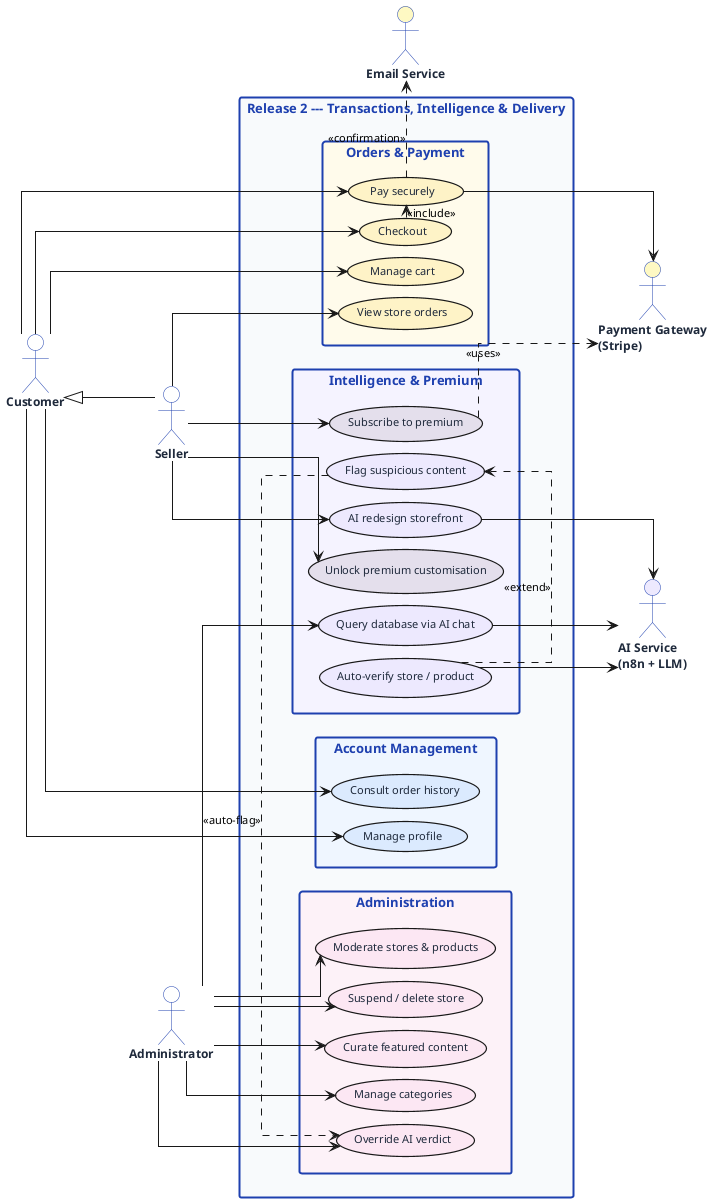
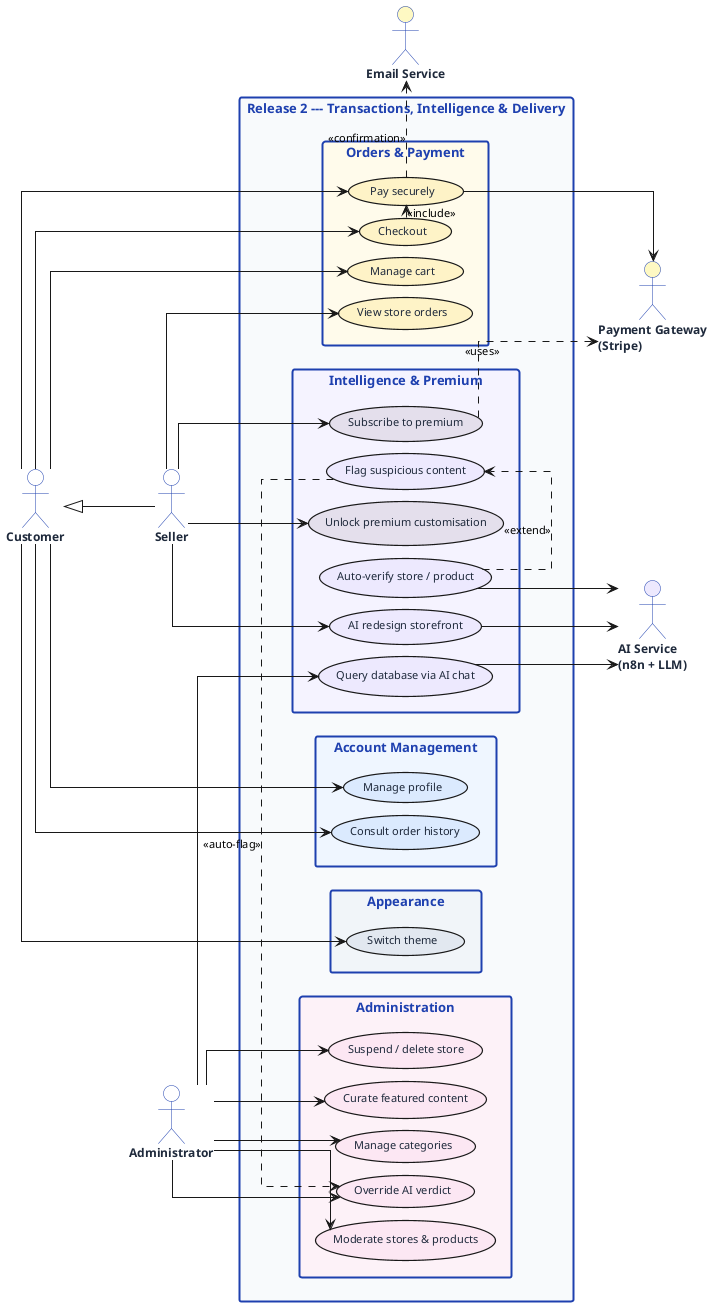
@startuml uc-release2

skinparam defaultFontName Helvetica
skinparam defaultFontSize 11
skinparam backgroundColor #FFFFFF
skinparam shadowing false
skinparam packageStyle rectangle
skinparam linetype ortho
skinparam nodesep 12
skinparam ranksep 65

skinparam actor {
  BackgroundColor #FFFFFF
  BorderColor #1E40AF
  FontColor #1E293B
  FontStyle bold
  FontSize 12
}
skinparam usecase {
  BorderThickness 1.2
  FontColor #1E293B
  FontSize 11
}
skinparam rectangle {
  BackgroundColor #F8FAFC
  BorderColor #1E40AF
  BorderThickness 2
  FontColor #1E40AF
  FontStyle bold
  FontSize 13
}

left to right direction

' ── Primary actors (LEFT) ───────────────────────────────────
actor Customer      as Customer
actor Seller        as Seller
actor Administrator as Admin

Customer <|-- Seller

rectangle "Release 2 --- Transactions, Intelligence & Delivery" {

  rectangle "Orders & Payment" #FFFBEB {
    (Manage cart)            as O1 #FEF3C7
    (Checkout)               as O2 #FEF3C7
    (Pay securely)           as O3 #FEF3C7
    (View store orders)      as O5 #FEF3C7
  }

  rectangle "Account Management" #EFF6FF {
    (Manage profile)         as AC1 #DBEAFE
    (Consult order history)  as O4 #DBEAFE
  }

  rectangle "Administration" #FDF2F8 {
    (Moderate stores & products) as D1 #FCE7F3
    (Suspend / delete store)     as D2 #FCE7F3
    (Override AI verdict)        as D3 #FCE7F3
    (Curate featured content)    as D4 #FCE7F3
    (Manage categories)          as D5 #FCE7F3
  }

  rectangle "Intelligence & Premium" #F5F3FF {
    (Auto-verify store / product) as V1 #EDE9FE
    (Flag suspicious content)     as V2 #EDE9FE
    (Query database via AI chat)  as V3 #EDE9FE
    (AI redesign storefront)      as V4 #EDE9FE
    (Subscribe to premium)        as P1 #E4DFEC
    (Unlock premium customisation) as P2 #E4DFEC
  }
+ 
+   rectangle "Appearance" #F1F5F9 {
+     (Switch theme)           as T1 #E2E8F0
+   }
}

' ── Secondary actors (RIGHT) ────────────────────────────────
actor "Payment Gateway\n(Stripe)" as PAY  #FEF9C3
actor "AI Service\n(n8n + LLM)"   as AI   #EDE9FE
actor "Email Service"             as MAIL #FEF9C3

' ── Associations ────────────────────────────────────────────
Customer --> O1
Customer --> O2
Customer --> O3
Customer --> O4
Customer --> AC1
+ Customer --> T1
Seller   --> O5
Seller   --> V4
Seller   --> P1
Seller   --> P2
Admin    --> D1
Admin    --> D2
Admin    --> D3
Admin    --> D4
Admin    --> D5
Admin    --> V3

' ── Include / extend / triggers ─────────────────────────────
O2 .> O3 : <<include>>
O3 .> MAIL : <<confirmation>>
O3 --> PAY
V1 .> V2 : <<extend>>
V2 .> D3 : <<auto-flag>>
V1 --> AI
V3 --> AI
V4 --> AI
P1 .> PAY : <<uses>>

@enduml
